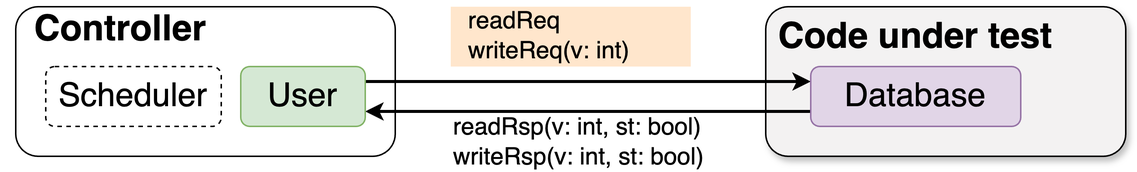
The draw.io diagram figures/Controller-Database.drawio.png in zhezhouzz/PLDI25-HAT-Planing, before a commit. Source tidied: cells renumbered, new cells last; positions are measured from the earlier drawing's top-left corner, leaving out a move shared by most shapes. The source it was exported from:
```xml
<mxGraphModel math="1">
  <root>
    <mxCell id="0" />
    <mxCell id="1" parent="0" />
    <mxCell id="2" style="rounded=1;whiteSpace=wrap;html=1;" parent="1" vertex="1">
      <mxGeometry x="10" width="253" height="100" as="geometry" />
    </mxCell>
    <mxCell id="3" style="rounded=1;whiteSpace=wrap;html=1;shadow=1;fillColor=#f3f2f2;" parent="1" vertex="1">
      <mxGeometry x="510" width="240" height="100" as="geometry" />
    </mxCell>
    <mxCell id="4" style="edgeStyle=orthogonalEdgeStyle;rounded=0;jettySize=auto;html=1;exitX=1;exitY=0.25;exitDx=0;exitDy=0;entryX=0;entryY=0.25;entryDx=0;entryDy=0;strokeWidth=2;" parent="1" edge="1" source="9" target="6">
      <mxGeometry relative="1" as="geometry" />
    </mxCell>
    <mxCell id="5" style="edgeStyle=orthogonalEdgeStyle;rounded=0;jettySize=auto;html=1;exitX=0;exitY=0.75;exitDx=0;exitDy=0;strokeWidth=2;entryX=1;entryY=0.75;entryDx=0;entryDy=0;" parent="1" edge="1" source="6" target="9">
      <mxGeometry relative="1" as="geometry" />
    </mxCell>
    <mxCell id="6" value="&lt;font style=&quot;font-size: 22px;&quot;&gt;Database&lt;/font&gt;" style="rounded=1;whiteSpace=wrap;html=1;fillColor=#e1d5e7;strokeColor=#9673a6;" parent="1" vertex="1">
      <mxGeometry x="540" y="40" width="140" height="40" as="geometry" />
    </mxCell>
    <mxCell id="7" value="&lt;font style=&quot;font-size: 16px;&quot;&gt;readRsp(v: int, st: bool)&lt;/font&gt;&lt;div style=&quot;font-size: 16px;&quot;&gt;&lt;font style=&quot;font-size: 16px;&quot;&gt;writeRsp(v: int&lt;/font&gt;&lt;span style=&quot;background-color: initial;&quot;&gt;, st: bool&lt;/span&gt;&lt;span style=&quot;background-color: initial;&quot;&gt;)&lt;/span&gt;&lt;/div&gt;" style="text;html=1;align=left;verticalAlign=middle;whiteSpace=wrap;rounded=0;fontStyle=0;" parent="1" vertex="1">
      <mxGeometry x="300" y="72" width="190" height="37" as="geometry" />
    </mxCell>
    <mxCell id="8" value="&lt;b style=&quot;&quot;&gt;&lt;font style=&quot;font-size: 24px;&quot;&gt;Code under test&lt;/font&gt;&lt;/b&gt;" style="text;html=1;align=center;verticalAlign=middle;whiteSpace=wrap;rounded=0;" parent="1" vertex="1">
      <mxGeometry x="510" y="5" width="200" height="30" as="geometry" />
    </mxCell>
    <mxCell id="9" value="&lt;font style=&quot;font-size: 22px;&quot;&gt;User&lt;/font&gt;" style="rounded=1;whiteSpace=wrap;html=1;fillColor=#d5e8d4;strokeColor=#82b366;" parent="1" vertex="1">
      <mxGeometry x="160" y="40" width="83" height="40" as="geometry" />
    </mxCell>
    <mxCell id="10" value="&lt;font style=&quot;font-size: 22px;&quot;&gt;Scheduler&lt;/font&gt;" style="rounded=1;whiteSpace=wrap;html=1;dashed=1;" parent="1" vertex="1">
      <mxGeometry x="30" y="40" width="117" height="40" as="geometry" />
    </mxCell>
    <mxCell id="11" value="&lt;b style=&quot;&quot;&gt;&lt;font style=&quot;font-size: 24px;&quot;&gt;Controller&lt;/font&gt;&lt;/b&gt;" style="text;html=1;align=center;verticalAlign=middle;whiteSpace=wrap;rounded=0;" parent="1" vertex="1">
      <mxGeometry width="160" height="30" as="geometry" />
    </mxCell>
    <mxCell id="12" style="edgeStyle=orthogonalEdgeStyle;rounded=0;orthogonalLoop=1;jettySize=auto;html=1;exitX=0.5;exitY=1;exitDx=0;exitDy=0;" parent="1" edge="1" source="2" target="2">
      <mxGeometry relative="1" as="geometry" />
    </mxCell>
    <mxCell id="13" style="group;" parent="1" vertex="1">
      <mxGeometry x="300" width="160" height="40" as="geometry" />
    </mxCell>
    <mxCell id="14" style="rounded=0;whiteSpace=wrap;html=1;fillColor=#ffe6cc;strokeColor=none;" parent="13" vertex="1">
      <mxGeometry width="160" height="40" as="geometry" />
    </mxCell>
    <mxCell id="15" value="&lt;font style=&quot;font-size: 16px;&quot;&gt;readReq&lt;/font&gt;&lt;div style=&quot;font-size: 16px;&quot;&gt;&lt;font style=&quot;font-size: 16px;&quot;&gt;writeReq(v: int)&lt;/font&gt;&lt;/div&gt;" style="text;html=1;align=left;verticalAlign=middle;whiteSpace=wrap;rounded=0;fontStyle=0;" parent="13" vertex="1">
      <mxGeometry x="10" y="5" width="120" height="30" as="geometry" />
    </mxCell>
  </root>
</mxGraphModel>
```
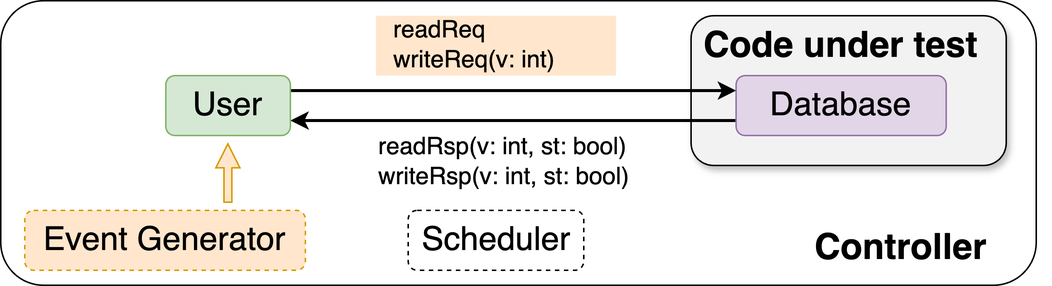
Above is the later version.

What changed in the source:
```diff
@@ -2,11 +2,11 @@
   <root>
     <mxCell id="0" />
     <mxCell id="1" parent="0" />
-    <mxCell id="2" style="rounded=1;whiteSpace=wrap;html=1;" parent="1" vertex="1">
-      <mxGeometry x="10" width="253" height="100" as="geometry" />
-    </mxCell>
+    <mxCell id="16" style="rounded=1;whiteSpace=wrap;html=1;" parent="1" vertex="1">
+      <mxGeometry x="50" y="-10" width="690" height="190" as="geometry" />
+    </mxCell>
     <mxCell id="3" style="rounded=1;whiteSpace=wrap;html=1;shadow=1;fillColor=#f3f2f2;" parent="1" vertex="1">
-      <mxGeometry x="510" width="240" height="100" as="geometry" />
+      <mxGeometry x="510" width="210" height="100" as="geometry" />
     </mxCell>
     <mxCell id="4" style="edgeStyle=orthogonalEdgeStyle;rounded=0;jettySize=auto;html=1;exitX=1;exitY=0.25;exitDx=0;exitDy=0;entryX=0;entryY=0.25;entryDx=0;entryDy=0;strokeWidth=2;" parent="1" edge="1" source="9" target="6">
       <mxGeometry relative="1" as="geometry" />
@@ -18,7 +18,7 @@
       <mxGeometry x="540" y="40" width="140" height="40" as="geometry" />
     </mxCell>
     <mxCell id="7" value="&lt;font style=&quot;font-size: 16px;&quot;&gt;readRsp(v: int, st: bool)&lt;/font&gt;&lt;div style=&quot;font-size: 16px;&quot;&gt;&lt;font style=&quot;font-size: 16px;&quot;&gt;writeRsp(v: int&lt;/font&gt;&lt;span style=&quot;background-color: initial;&quot;&gt;, st: bool&lt;/span&gt;&lt;span style=&quot;background-color: initial;&quot;&gt;)&lt;/span&gt;&lt;/div&gt;" style="text;html=1;align=left;verticalAlign=middle;whiteSpace=wrap;rounded=0;fontStyle=0;" parent="1" vertex="1">
-      <mxGeometry x="300" y="72" width="190" height="37" as="geometry" />
+      <mxGeometry x="300" y="80" width="190" height="37" as="geometry" />
     </mxCell>
     <mxCell id="8" value="&lt;b style=&quot;&quot;&gt;&lt;font style=&quot;font-size: 24px;&quot;&gt;Code under test&lt;/font&gt;&lt;/b&gt;" style="text;html=1;align=center;verticalAlign=middle;whiteSpace=wrap;rounded=0;" parent="1" vertex="1">
       <mxGeometry x="510" y="5" width="200" height="30" as="geometry" />
@@ -27,13 +27,13 @@
       <mxGeometry x="160" y="40" width="83" height="40" as="geometry" />
     </mxCell>
     <mxCell id="10" value="&lt;font style=&quot;font-size: 22px;&quot;&gt;Scheduler&lt;/font&gt;" style="rounded=1;whiteSpace=wrap;html=1;dashed=1;" parent="1" vertex="1">
-      <mxGeometry x="30" y="40" width="117" height="40" as="geometry" />
+      <mxGeometry x="321.5" y="130" width="117" height="40" as="geometry" />
     </mxCell>
-    <mxCell id="11" value="&lt;b style=&quot;&quot;&gt;&lt;font style=&quot;font-size: 24px;&quot;&gt;Controller&lt;/font&gt;&lt;/b&gt;" style="text;html=1;align=center;verticalAlign=middle;whiteSpace=wrap;rounded=0;" parent="1" vertex="1">
-      <mxGeometry width="160" height="30" as="geometry" />
-    </mxCell>
-    <mxCell id="12" style="edgeStyle=orthogonalEdgeStyle;rounded=0;orthogonalLoop=1;jettySize=auto;html=1;exitX=0.5;exitY=1;exitDx=0;exitDy=0;" parent="1" edge="1" source="2" target="2">
-      <mxGeometry relative="1" as="geometry" />
+    <mxCell id="12" style="edgeStyle=orthogonalEdgeStyle;rounded=0;orthogonalLoop=1;jettySize=auto;html=1;exitX=0.5;exitY=1;exitDx=0;exitDy=0;" parent="1" edge="1">
+      <mxGeometry relative="1" as="geometry">
+        <mxPoint x="201.5" y="100" as="sourcePoint" />
+        <mxPoint x="201.5" y="100" as="targetPoint" />
+      </mxGeometry>
     </mxCell>
     <mxCell id="13" style="group;" parent="1" vertex="1">
       <mxGeometry x="300" width="160" height="40" as="geometry" />
@@ -44,5 +44,17 @@
     <mxCell id="15" value="&lt;font style=&quot;font-size: 16px;&quot;&gt;readReq&lt;/font&gt;&lt;div style=&quot;font-size: 16px;&quot;&gt;&lt;font style=&quot;font-size: 16px;&quot;&gt;writeReq(v: int)&lt;/font&gt;&lt;/div&gt;" style="text;html=1;align=left;verticalAlign=middle;whiteSpace=wrap;rounded=0;fontStyle=0;" parent="13" vertex="1">
       <mxGeometry x="10" y="5" width="120" height="30" as="geometry" />
     </mxCell>
+    <mxCell id="17" style="shape=flexArrow;endArrow=classic;html=1;rounded=0;fillColor=#ffe6cc;strokeColor=#d79b00;endWidth=9.67741935483871;endSize=5.022222222222221;width=5.277777777777778;" parent="1" edge="1">
+      <mxGeometry relative="1" as="geometry">
+        <mxPoint x="201.4" y="125" as="sourcePoint" />
+        <mxPoint x="201.4" y="85" as="targetPoint" />
+      </mxGeometry>
+    </mxCell>
+    <mxCell id="18" value="&lt;span style=&quot;font-size: 22px;&quot;&gt;Event&amp;nbsp;&lt;/span&gt;&lt;span style=&quot;font-size: 22px; background-color: initial;&quot;&gt;Generator&lt;/span&gt;" style="rounded=1;whiteSpace=wrap;html=1;dashed=1;fillColor=#ffe6cc;strokeColor=#d79b00;" parent="1" vertex="1">
+      <mxGeometry x="66" y="130" width="187" height="40" as="geometry" />
+    </mxCell>
+    <mxCell id="11" value="&lt;span style=&quot;font-size: 24px;&quot;&gt;&lt;b&gt;Controller&lt;/b&gt;&lt;/span&gt;" style="text;html=1;align=center;verticalAlign=middle;whiteSpace=wrap;rounded=0;" parent="1" vertex="1">
+      <mxGeometry x="550" y="140" width="200" height="30" as="geometry" />
+    </mxCell>
   </root>
 </mxGraphModel>
```
